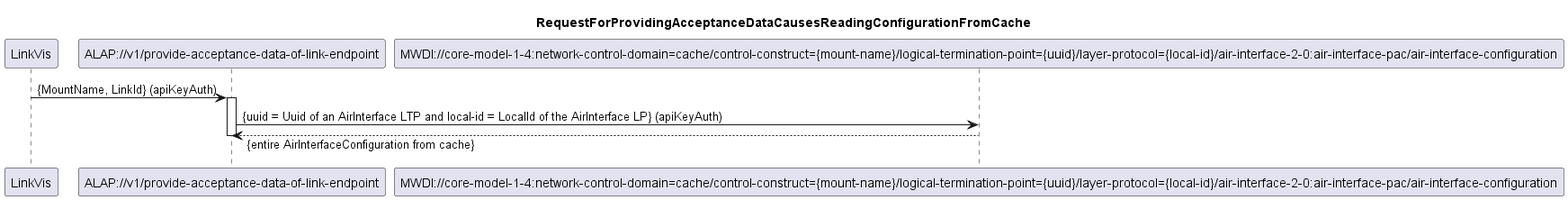
Above: spec/diagrams/ProvideAcceptanceDataOfLinkEndpoint/103_ReadingConfigFromCache.png in openBackhaul/AccessPlanningToolProxy (PlantUML), before the change. Source of this version:
```plantuml
@startuml 103_ReadingConfigFromCache
skinparam responseMessageBelowArrow true

title
RequestForProvidingAcceptanceDataCausesReadingConfigurationFromCache
end title

participant "LinkVis" as LinkVis
participant "ALAP://v1/provide-acceptance-data-of-link-endpoint" as ALAP
participant "MWDI://core-model-1-4:network-control-domain=cache/control-construct={mount-name}/logical-termination-point={uuid}/layer-protocol={local-id}/air-interface-2-0:air-interface-pac/air-interface-configuration" as MwdiConfig

LinkVis -> ALAP: {MountName, LinkId} (apiKeyAuth)
activate ALAP

ALAP -> MwdiConfig: {uuid = Uuid of an AirInterface LTP and local-id = LocalId of the AirInterface LP} (apiKeyAuth)
MwdiConfig --> ALAP: {entire AirInterfaceConfiguration from cache}

deactivate ALAP

@enduml
```
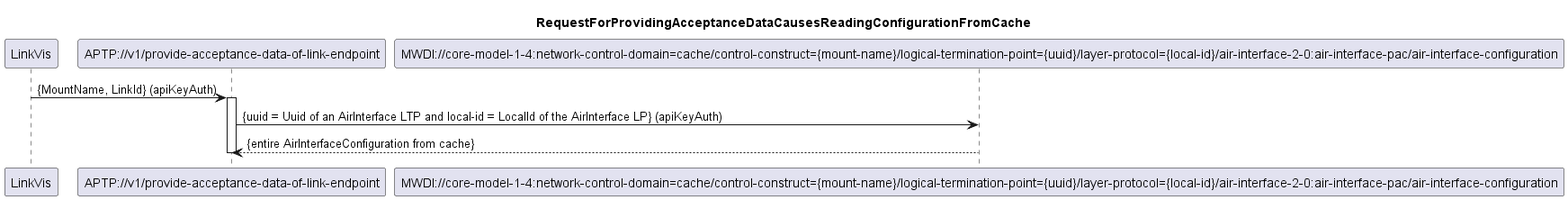
After the commit.

Diff of the diagram source:
```diff
@@ -6,15 +6,15 @@
 end title
 
 participant "LinkVis" as LinkVis
-participant "ALAP://v1/provide-acceptance-data-of-link-endpoint" as ALAP
+participant "APTP://v1/provide-acceptance-data-of-link-endpoint" as APTP
 participant "MWDI://core-model-1-4:network-control-domain=cache/control-construct={mount-name}/logical-termination-point={uuid}/layer-protocol={local-id}/air-interface-2-0:air-interface-pac/air-interface-configuration" as MwdiConfig
 
-LinkVis -> ALAP: {MountName, LinkId} (apiKeyAuth)
-activate ALAP
+LinkVis -> APTP: {MountName, LinkId} (apiKeyAuth)
+activate APTP
 
-ALAP -> MwdiConfig: {uuid = Uuid of an AirInterface LTP and local-id = LocalId of the AirInterface LP} (apiKeyAuth)
-MwdiConfig --> ALAP: {entire AirInterfaceConfiguration from cache}
+APTP -> MwdiConfig: {uuid = Uuid of an AirInterface LTP and local-id = LocalId of the AirInterface LP} (apiKeyAuth)
+MwdiConfig --> APTP: {entire AirInterfaceConfiguration from cache}
 
-deactivate ALAP
+deactivate APTP
 
 @enduml
```
